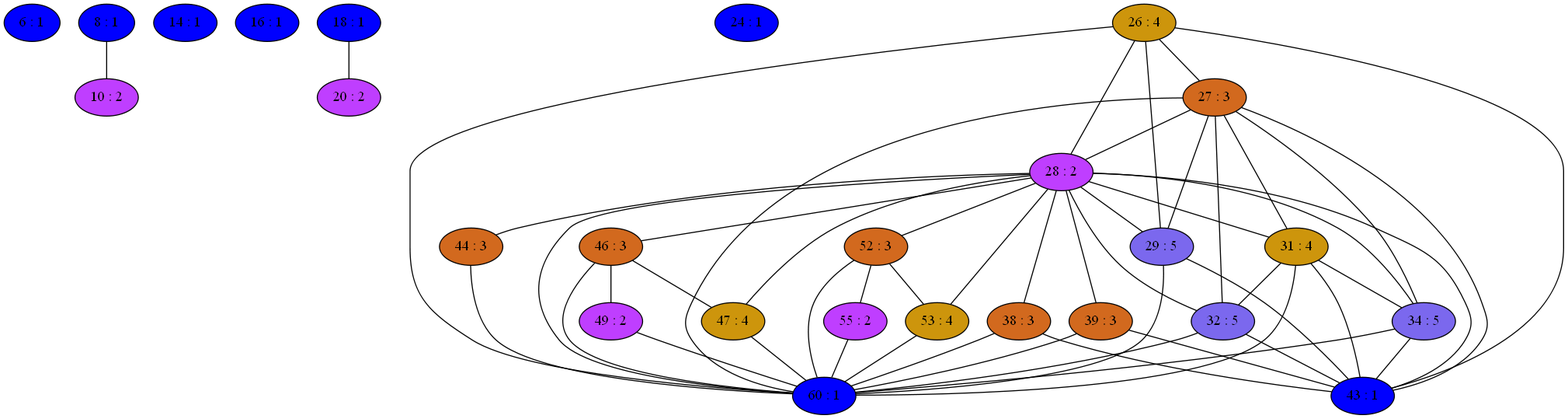
mbajaj92/Project-Astoria keeps this Graphviz diagram as Compiler/3iGraph.png. Above is the earlier version. Its source is kept beside it as Compiler/3iGraph.dot.
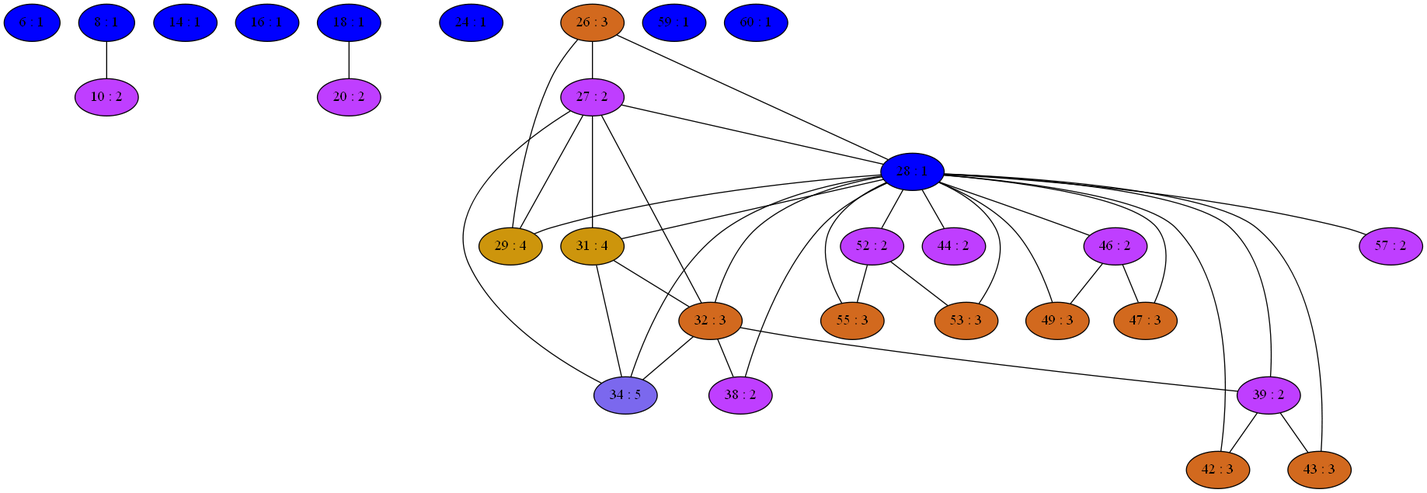
Above is the later version.

Change to the diagram source:
```diff
@@ -11,122 +11,95 @@
 20[label="20 : 2" style=filled fillcolor="darkorchid1"];
 20 -- 18
 24[label="24 : 1" style=filled fillcolor="blue1"];
-26[label="26 : 4" style=filled fillcolor="darkgoldenrod3"];
+26[label="26 : 3" style=filled fillcolor="chocolate"];
 26 -- 27
-26 -- 43
 26 -- 28
-26 -- 60
 26 -- 29
-27[label="27 : 3" style=filled fillcolor="chocolate"];
+27[label="27 : 2" style=filled fillcolor="darkorchid1"];
 27 -- 32
 27 -- 34
 27 -- 26
-27 -- 43
 27 -- 28
-27 -- 60
 27 -- 29
 27 -- 31
-28[label="28 : 2" style=filled fillcolor="darkorchid1"];
+28[label="28 : 1" style=filled fillcolor="blue1"];
 28 -- 32
 28 -- 34
 28 -- 38
 28 -- 39
+28 -- 42
 28 -- 43
 28 -- 44
 28 -- 46
 28 -- 47
+28 -- 49
 28 -- 52
 28 -- 53
+28 -- 55
+28 -- 57
 28 -- 26
 28 -- 27
-28 -- 60
 28 -- 29
 28 -- 31
-29[label="29 : 5" style=filled fillcolor="mediumslateblue"];
+29[label="29 : 4" style=filled fillcolor="darkgoldenrod3"];
 29 -- 26
-29 -- 43
 29 -- 27
-29 -- 60
 29 -- 28
 31[label="31 : 4" style=filled fillcolor="darkgoldenrod3"];
 31 -- 32
 31 -- 34
-31 -- 43
 31 -- 27
-31 -- 60
 31 -- 28
-32[label="32 : 5" style=filled fillcolor="mediumslateblue"];
-32 -- 43
+32[label="32 : 3" style=filled fillcolor="chocolate"];
+32 -- 34
+32 -- 38
+32 -- 39
 32 -- 27
-32 -- 60
 32 -- 28
 32 -- 31
 34[label="34 : 5" style=filled fillcolor="mediumslateblue"];
-34 -- 43
+34 -- 32
 34 -- 27
-34 -- 60
 34 -- 28
 34 -- 31
-38[label="38 : 3" style=filled fillcolor="chocolate"];
-38 -- 43
-38 -- 60
+38[label="38 : 2" style=filled fillcolor="darkorchid1"];
+38 -- 32
 38 -- 28
-39[label="39 : 3" style=filled fillcolor="chocolate"];
+39[label="39 : 2" style=filled fillcolor="darkorchid1"];
+39 -- 32
+39 -- 42
 39 -- 43
-39 -- 60
 39 -- 28
-43[label="43 : 1" style=filled fillcolor="blue1"];
-43 -- 32
-43 -- 34
-43 -- 38
+42[label="42 : 3" style=filled fillcolor="chocolate"];
+42 -- 39
+42 -- 28
+43[label="43 : 3" style=filled fillcolor="chocolate"];
 43 -- 39
-43 -- 26
-43 -- 27
 43 -- 28
-43 -- 29
-43 -- 31
-44[label="44 : 3" style=filled fillcolor="chocolate"];
-44 -- 60
+44[label="44 : 2" style=filled fillcolor="darkorchid1"];
 44 -- 28
-46[label="46 : 3" style=filled fillcolor="chocolate"];
+46[label="46 : 2" style=filled fillcolor="darkorchid1"];
 46 -- 49
-46 -- 60
 46 -- 28
 46 -- 47
-47[label="47 : 4" style=filled fillcolor="darkgoldenrod3"];
-47 -- 60
+47[label="47 : 3" style=filled fillcolor="chocolate"];
 47 -- 28
 47 -- 46
-49[label="49 : 2" style=filled fillcolor="darkorchid1"];
-49 -- 60
+49[label="49 : 3" style=filled fillcolor="chocolate"];
+49 -- 28
 49 -- 46
-52[label="52 : 3" style=filled fillcolor="chocolate"];
+52[label="52 : 2" style=filled fillcolor="darkorchid1"];
 52 -- 53
 52 -- 55
-52 -- 60
 52 -- 28
-53[label="53 : 4" style=filled fillcolor="darkgoldenrod3"];
+53[label="53 : 3" style=filled fillcolor="chocolate"];
 53 -- 52
-53 -- 60
 53 -- 28
-55[label="55 : 2" style=filled fillcolor="darkorchid1"];
+55[label="55 : 3" style=filled fillcolor="chocolate"];
 55 -- 52
-55 -- 60
+55 -- 28
+57[label="57 : 2" style=filled fillcolor="darkorchid1"];
+57 -- 28
+59[label="59 : 1" style=filled fillcolor="blue1"];
 60[label="60 : 1" style=filled fillcolor="blue1"];
-60 -- 32
-60 -- 34
-60 -- 38
-60 -- 39
-60 -- 44
-60 -- 46
-60 -- 47
-60 -- 49
-60 -- 52
-60 -- 53
-60 -- 55
-60 -- 26
-60 -- 27
-60 -- 28
-60 -- 29
-60 -- 31
 }
```
